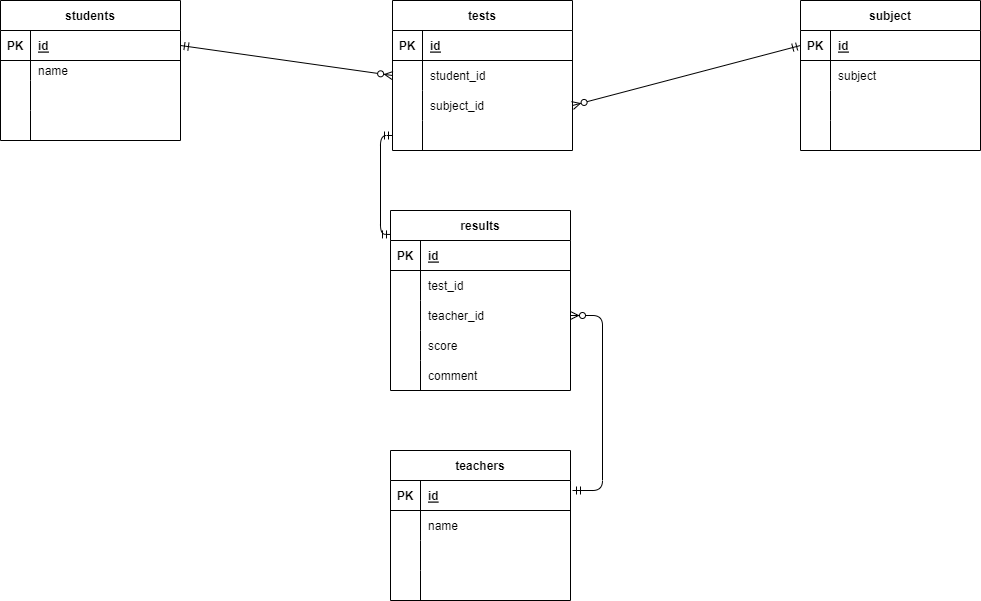
Earlier version of the draw.io export .drawio.png (piyotaro3/date-base). Source tidied: cells renumbered, new cells last; positions are measured from the earlier drawing's top-left corner, leaving out a move shared by most shapes.
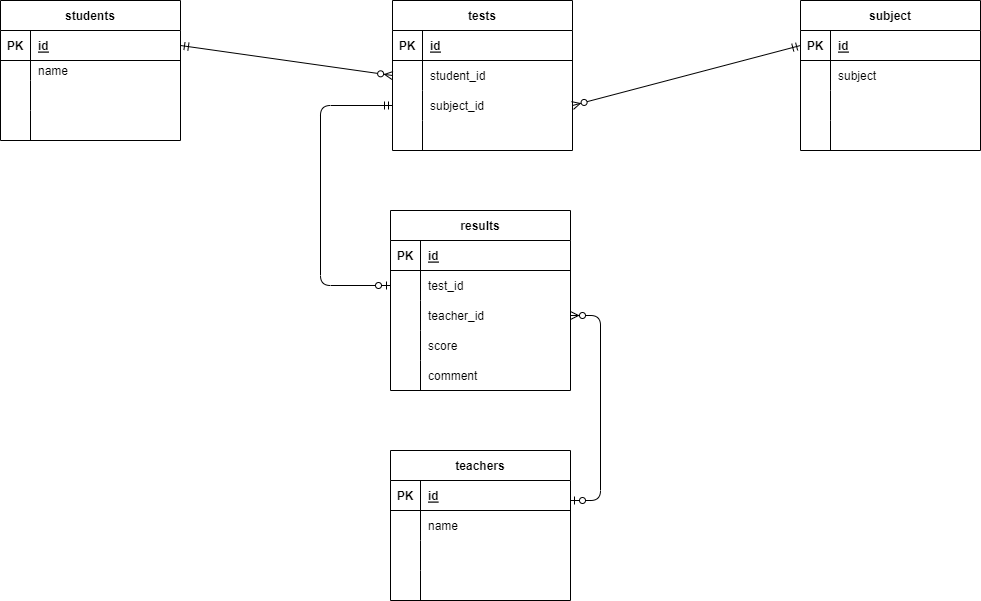
The same file after the commit.

The edit, as a diff of the source:
```diff
@@ -206,19 +206,24 @@
     <mxCell id="69" style="shape=partialRectangle;fillColor=none;top=0;left=0;bottom=0;right=0;align=left;spacingLeft=6;overflow=hidden;" parent="67" vertex="1">
       <mxGeometry x="30" width="150" height="30" as="geometry" />
     </mxCell>
-    <mxCell id="70" style="fontSize=12;html=1;endArrow=ERmandOne;startArrow=ERmandOne;entryX=0;entryY=0.5;entryDx=0;entryDy=0;exitX=0;exitY=0.133;exitDx=0;exitDy=0;edgeStyle=orthogonalEdgeStyle;exitPerimeter=0;" parent="1" edge="1" source="41" target="38">
-      <mxGeometry relative="1" as="geometry" />
-    </mxCell>
     <mxCell id="71" style="fontSize=12;html=1;endArrow=ERzeroToMany;startArrow=ERmandOne;entryX=0;entryY=0.5;entryDx=0;entryDy=0;exitX=1;exitY=0.5;exitDx=0;exitDy=0;" parent="1" edge="1" source="3" target="32">
       <mxGeometry relative="1" as="geometry" />
     </mxCell>
     <mxCell id="72" style="fontSize=12;html=1;endArrow=ERzeroToMany;startArrow=ERmandOne;exitX=0;exitY=0.5;exitDx=0;exitDy=0;entryX=1;entryY=0.5;entryDx=0;entryDy=0;" parent="1" edge="1" source="16" target="35">
       <mxGeometry relative="1" as="geometry" />
     </mxCell>
-    <mxCell id="73" style="edgeStyle=entityRelationEdgeStyle;fontSize=12;html=1;endArrow=ERzeroToMany;startArrow=ERmandOne;entryX=1;entryY=0.5;entryDx=0;entryDy=0;" parent="1" edge="1" target="48">
-      <mxGeometry relative="1" as="geometry">
-        <mxPoint x="572" y="490" as="sourcePoint" />
-      </mxGeometry>
-    </mxCell>
+    <mxCell id="74" style="edgeStyle=orthogonalEdgeStyle;fontSize=12;html=1;endArrow=ERzeroToOne;startArrow=ERmandOne;entryX=0;entryY=0.5;entryDx=0;entryDy=0;" parent="1" edge="1" source="35" target="45">
+      <mxGeometry relative="1" as="geometry">
+        <Array as="points">
+          <mxPoint x="320" y="105" />
+          <mxPoint x="320" y="285" />
+        </Array>
+      </mxGeometry>
+    </mxCell>
+    <mxCell id="75" style="edgeStyle=entityRelationEdgeStyle;fontSize=12;html=1;endArrow=ERzeroToMany;startArrow=ERzeroToOne;" parent="1" edge="1" target="48">
+      <mxGeometry relative="1" as="geometry">
+        <mxPoint x="570" y="500" as="sourcePoint" />
+      </mxGeometry>
+    </mxCell>
   </root>
 </mxGraphModel>
```
